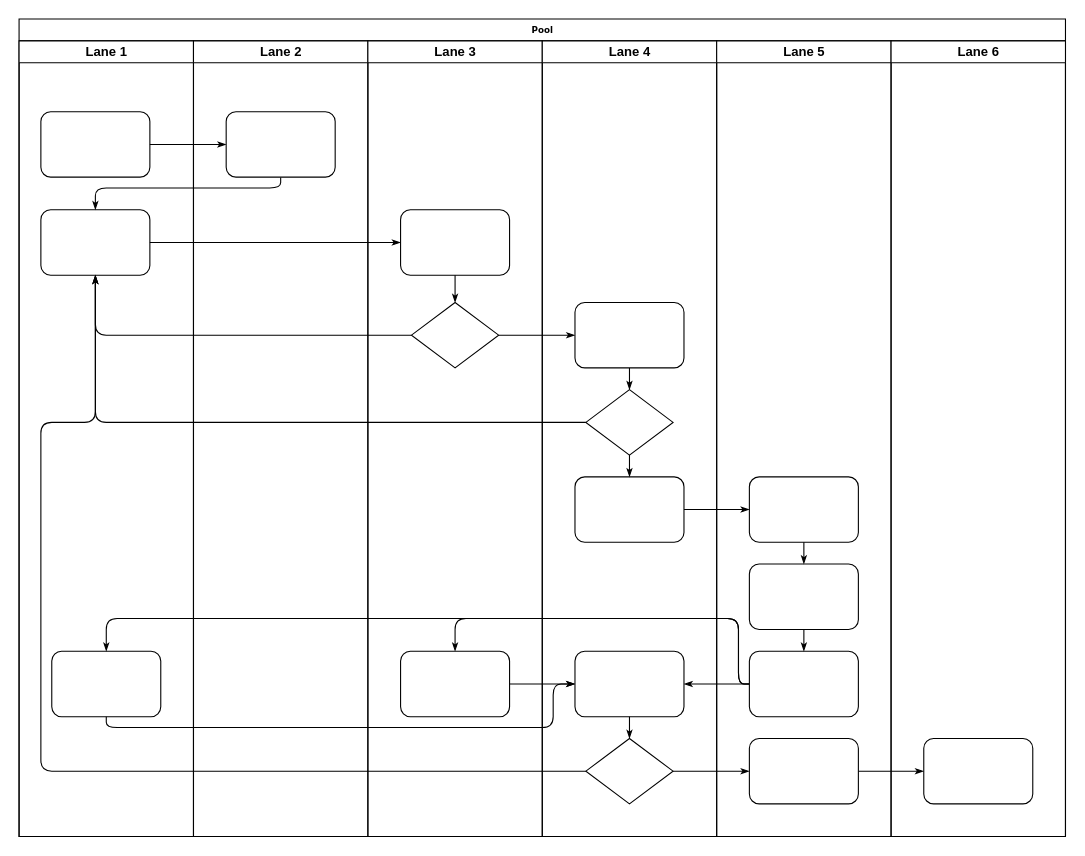
Above: 未命名绘图.drawio in a444878151/draw (draw.io), before the change. Source tidied: cells renumbered, new cells numbered last; positions are measured from the earlier drawing's top-left corner, leaving out a move shared by most shapes. Both pictures are drawn from the tidied source at 109%, with x=0, y=0 at pixel (19, 19).
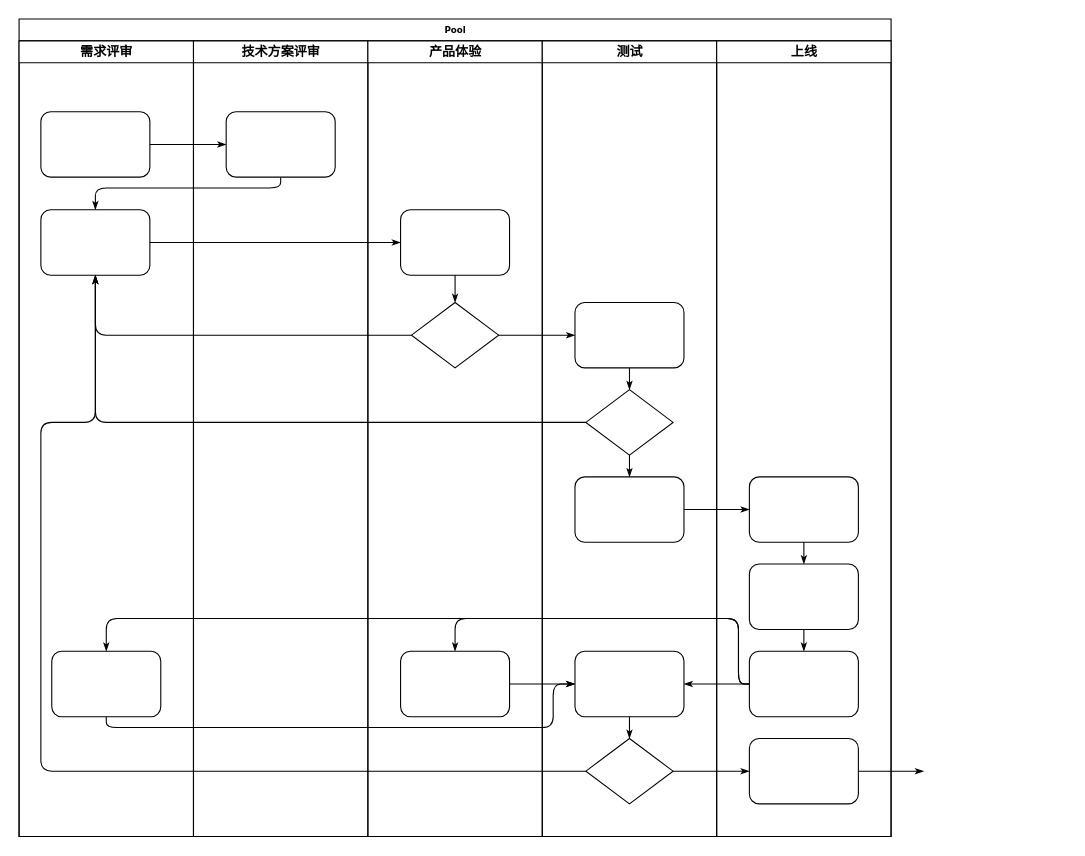
Above is the later version.

The change refers to these unchanged cells:
```xml
<mxCell id="42" style="rounded=1;whiteSpace=wrap;html=1;shadow=0;labelBackgroundColor=none;strokeWidth=1;fontFamily=Verdana;fontSize=8;align=center;" parent="38" vertex="1">
  <mxGeometry x="30" y="640" width="100" height="60" as="geometry" />
</mxCell>
```

What changed in the source:
```diff
@@
     <mxCell id="2" value="Pool" style="swimlane;html=1;startSize=20;rounded=0;shadow=0;labelBackgroundColor=none;strokeWidth=1;fontFamily=Verdana;fontSize=8;align=center;" parent="1" vertex="1">
-      <mxGeometry width="960" height="750" as="geometry" />
+      <mxGeometry width="800" height="750" as="geometry" />
     </mxCell>
-    <mxCell id="3" value="Lane 1" style="swimlane;html=1;startSize=20;" parent="2" vertex="1">
+    <mxCell id="3" value="需求评审" style="swimlane;html=1;startSize=20;" parent="2" vertex="1">
       <mxGeometry y="20" width="160" height="730" as="geometry" />
     </mxCell>
@@
-    <mxCell id="15" style="edgeStyle=orthogonalEdgeStyle;rounded=1;html=1;labelBackgroundColor=none;startArrow=none;startFill=0;startSize=5;endArrow=classicThin;endFill=1;endSize=5;jettySize=auto;strokeWidth=1;fontFamily=Verdana;fontSize=8;" parent="2" edge="1" source="42" target="46">
-      <mxGeometry relative="1" as="geometry" />
+    <mxCell id="15" style="edgeStyle=orthogonalEdgeStyle;rounded=1;html=1;labelBackgroundColor=none;startArrow=none;startFill=0;startSize=5;endArrow=classicThin;endFill=1;endSize=5;jettySize=auto;strokeWidth=1;fontFamily=Verdana;fontSize=8;" parent="2" edge="1" source="42">
+      <mxGeometry relative="1" as="geometry">
+        <mxPoint x="830" y="690" as="targetPoint" />
+      </mxGeometry>
     </mxCell>
@@
-    <mxCell id="22" value="Lane 2" style="swimlane;html=1;startSize=20;" parent="2" vertex="1">
+    <mxCell id="22" value="技术方案评审" style="swimlane;html=1;startSize=20;" parent="2" vertex="1">
       <mxGeometry x="160" y="20" width="160" height="730" as="geometry" />
     </mxCell>
@@
-    <mxCell id="24" value="Lane 3" style="swimlane;html=1;startSize=20;" parent="2" vertex="1">
+    <mxCell id="24" value="产品体验" style="swimlane;html=1;startSize=20;" parent="2" vertex="1">
       <mxGeometry x="320" y="20" width="160" height="730" as="geometry" />
     </mxCell>
@@
-    <mxCell id="29" value="Lane 4" style="swimlane;html=1;startSize=20;" parent="2" vertex="1">
+    <mxCell id="29" value="测试" style="swimlane;html=1;startSize=20;" parent="2" vertex="1">
       <mxGeometry x="480" y="20" width="160" height="730" as="geometry" />
     </mxCell>
@@
-    <mxCell id="38" value="Lane 5" style="swimlane;html=1;startSize=20;" parent="2" vertex="1">
+    <mxCell id="38" value="上线" style="swimlane;html=1;startSize=20;" parent="2" vertex="1">
       <mxGeometry x="640" y="20" width="160" height="730" as="geometry" />
     </mxCell>
@@
-    <mxCell id="45" value="Lane 6" style="swimlane;html=1;startSize=20;" parent="2" vertex="1">
-      <mxGeometry x="800" y="20" width="160" height="730" as="geometry" />
-    </mxCell>
-    <mxCell id="46" style="rounded=1;whiteSpace=wrap;html=1;shadow=0;labelBackgroundColor=none;strokeWidth=1;fontFamily=Verdana;fontSize=8;align=center;" parent="45" vertex="1">
-      <mxGeometry x="30" y="640" width="100" height="60" as="geometry" />
-    </mxCell>
```
